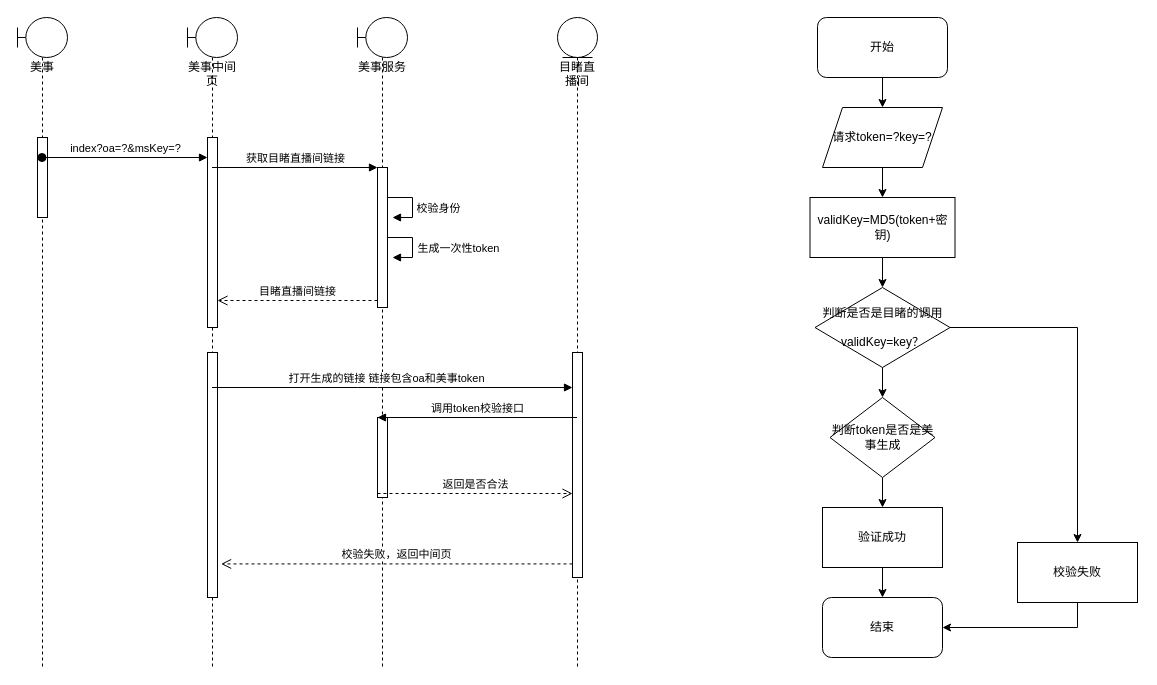
This is page "Page-3" (3 of 3) of anquan.drawio from nullbull/uml, a draw.io file, before an edit. Source tidied: cells renumbered, new cells numbered last; positions are measured from the earlier drawing's top-left corner, leaving out a move shared by most shapes. Both pictures are drawn from the tidied source at 100%, with x=0, y=0 at pixel (17, 17).
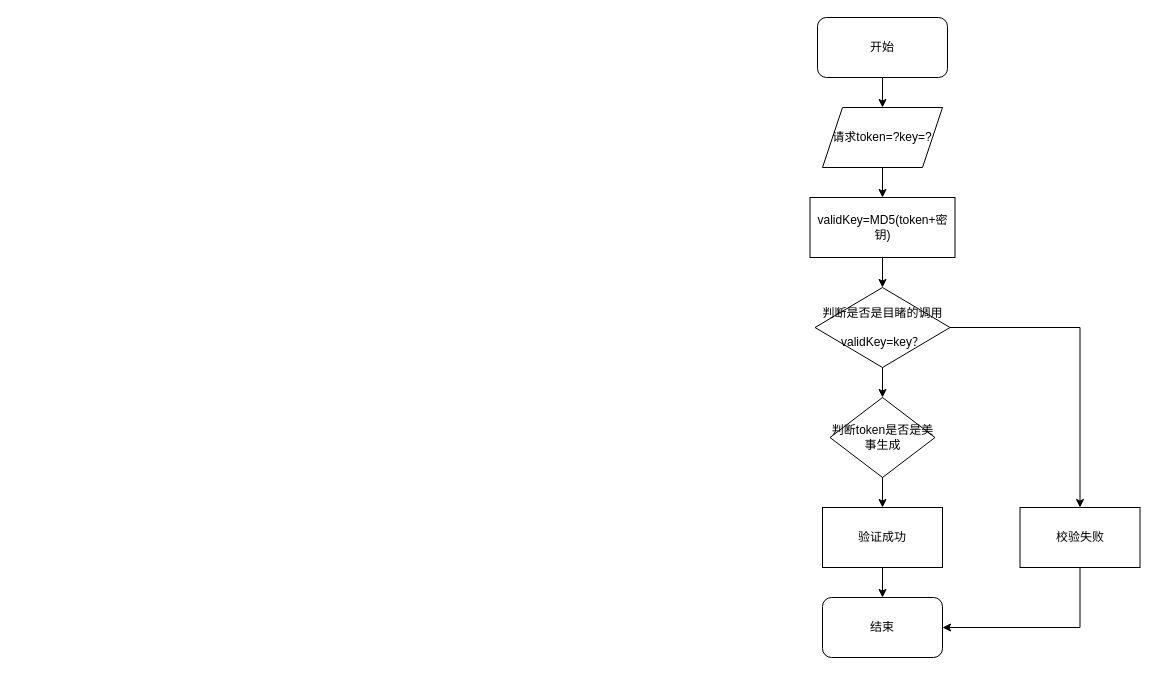
Above is the later version.

What changed in the source:
```diff
@@
-    <mxCell id="2" value="美事" style="shape=umlLifeline;participant=umlBoundary;perimeter=lifelinePerimeter;whiteSpace=wrap;html=1;verticalAlign=top;spacingTop=36;outlineConnect=0;" parent="1" vertex="1">
-      <mxGeometry width="50" height="650" as="geometry" />
-    </mxCell>
-    <mxCell id="3" style="html=1;perimeter=orthogonalPerimeter;" parent="2" vertex="1">
-      <mxGeometry x="20" y="120" width="10" height="80" as="geometry" />
-    </mxCell>
-    <mxCell id="4" value="美事中间页" style="shape=umlLifeline;participant=umlBoundary;perimeter=lifelinePerimeter;whiteSpace=wrap;html=1;verticalAlign=top;spacingTop=36;outlineConnect=0;" parent="1" vertex="1">
-      <mxGeometry x="170" width="50" height="650" as="geometry" />
-    </mxCell>
-    <mxCell id="5" style="html=1;perimeter=orthogonalPerimeter;" parent="4" vertex="1">
-      <mxGeometry x="20" y="120" width="10" height="190" as="geometry" />
-    </mxCell>
-    <mxCell id="6" style="html=1;points=[];perimeter=orthogonalPerimeter;" parent="4" vertex="1">
-      <mxGeometry x="20" y="335" width="10" height="245" as="geometry" />
-    </mxCell>
-    <mxCell id="7" value="index?oa=?&amp;amp;msKey=?" style="html=1;verticalAlign=bottom;startArrow=oval;endArrow=block;startSize=8;" parent="1" edge="1" source="2">
-      <mxGeometry relative="1" as="geometry">
-        <mxPoint x="190" y="140" as="targetPoint" />
-      </mxGeometry>
-    </mxCell>
-    <mxCell id="8" value="美事服务" style="shape=umlLifeline;participant=umlBoundary;perimeter=lifelinePerimeter;whiteSpace=wrap;html=1;verticalAlign=top;spacingTop=36;" parent="1" vertex="1">
-      <mxGeometry x="340" width="50" height="650" as="geometry" />
-    </mxCell>
-    <mxCell id="9" style="html=1;points=[];perimeter=orthogonalPerimeter;" parent="8" vertex="1">
-      <mxGeometry x="20" y="150" width="10" height="140" as="geometry" />
-    </mxCell>
-    <mxCell id="10" style="html=1;points=[];perimeter=orthogonalPerimeter;" parent="8" vertex="1">
-      <mxGeometry x="20" y="400" width="10" height="80" as="geometry" />
-    </mxCell>
-    <mxCell id="11" value="&lt;span&gt;目睹直播间&lt;/span&gt;" style="shape=umlLifeline;participant=umlEntity;perimeter=lifelinePerimeter;whiteSpace=wrap;html=1;verticalAlign=top;spacingTop=36;outlineConnect=0;" parent="1" vertex="1">
-      <mxGeometry x="540" width="40" height="650" as="geometry" />
-    </mxCell>
-    <mxCell id="12" style="html=1;points=[];perimeter=orthogonalPerimeter;" parent="11" vertex="1">
-      <mxGeometry x="15" y="335" width="10" height="225" as="geometry" />
-    </mxCell>
-    <mxCell id="13" value="获取目睹直播间链接" style="html=1;verticalAlign=bottom;endArrow=block;entryX=0;entryY=0;" parent="1" edge="1" source="4" target="9">
-      <mxGeometry relative="1" as="geometry" />
-    </mxCell>
-    <mxCell id="14" value="目睹直播间链接" style="html=1;verticalAlign=bottom;endArrow=open;dashed=1;endSize=8;exitX=0;exitY=0.95;" parent="1" edge="1" source="9">
-      <mxGeometry relative="1" as="geometry">
-        <mxPoint x="200" y="283" as="targetPoint" />
-      </mxGeometry>
-    </mxCell>
-    <mxCell id="15" style="edgeStyle=orthogonalEdgeStyle;html=1;align=left;spacingLeft=2;endArrow=block;rounded=0;entryX=1;entryY=0;" parent="1" edge="1">
-      <mxGeometry relative="1" as="geometry">
-        <mxPoint x="370" y="180" as="sourcePoint" />
-        <mxPoint x="375" y="200" as="targetPoint" />
-        <Array as="points">
-          <mxPoint x="395" y="180" />
-          <mxPoint x="395" y="200" />
-        </Array>
-      </mxGeometry>
-    </mxCell>
-    <mxCell id="16" value="校验身份" style="edgeLabel;html=1;align=center;verticalAlign=middle;" parent="15" vertex="1">
-      <mxGeometry x="-0.33" y="4" relative="1" as="geometry">
-        <mxPoint x="28" y="14" as="offset" />
-      </mxGeometry>
-    </mxCell>
-    <mxCell id="17" style="edgeStyle=orthogonalEdgeStyle;html=1;align=left;spacingLeft=2;endArrow=block;rounded=0;entryX=1;entryY=0;" parent="1" edge="1">
-      <mxGeometry relative="1" as="geometry">
-        <mxPoint x="370" y="220" as="sourcePoint" />
-        <mxPoint x="375" y="240" as="targetPoint" />
-        <Array as="points">
-          <mxPoint x="395" y="220" />
-          <mxPoint x="395" y="240" />
-        </Array>
-      </mxGeometry>
-    </mxCell>
-    <mxCell id="18" value="生成一次性token" style="edgeLabel;html=1;align=center;verticalAlign=middle;" parent="17" vertex="1">
-      <mxGeometry x="-0.33" y="4" relative="1" as="geometry">
-        <mxPoint x="48" y="14" as="offset" />
-      </mxGeometry>
-    </mxCell>
-    <mxCell id="19" value="打开生成的链接 链接包含oa和美事token" style="html=1;verticalAlign=bottom;endArrow=block;" parent="1" edge="1" source="4" target="12">
-      <mxGeometry x="-0.04" relative="1" as="geometry">
-        <Array as="points">
-          <mxPoint x="350" y="370" />
-        </Array>
-        <mxPoint x="1" as="offset" />
-      </mxGeometry>
-    </mxCell>
-    <mxCell id="20" value="调用token校验接口" style="html=1;verticalAlign=bottom;endArrow=block;entryX=0;entryY=0;" parent="1" edge="1" source="11" target="10">
-      <mxGeometry relative="1" as="geometry" />
-    </mxCell>
-    <mxCell id="21" value="校验失败，返回中间页" style="html=1;verticalAlign=bottom;endArrow=open;dashed=1;endSize=8;entryX=1.36;entryY=0.863;entryDx=0;entryDy=0;entryPerimeter=0;" parent="1" edge="1" source="12" target="6">
-      <mxGeometry relative="1" as="geometry" />
-    </mxCell>
-    <mxCell id="22" value="返回是否合法" style="html=1;verticalAlign=bottom;endArrow=open;dashed=1;endSize=8;exitX=0;exitY=0.95;" parent="1" edge="1" target="12">
-      <mxGeometry relative="1" as="geometry">
-        <mxPoint x="360" y="476" as="sourcePoint" />
-      </mxGeometry>
-    </mxCell>
@@
     <mxCell id="31" value="校验失败" style="rounded=0;whiteSpace=wrap;html=1;" parent="1" vertex="1">
-      <mxGeometry x="1000" y="525" width="120" height="60" as="geometry" />
+      <mxGeometry x="1002.5" y="490" width="120" height="60" as="geometry" />
     </mxCell>
```
